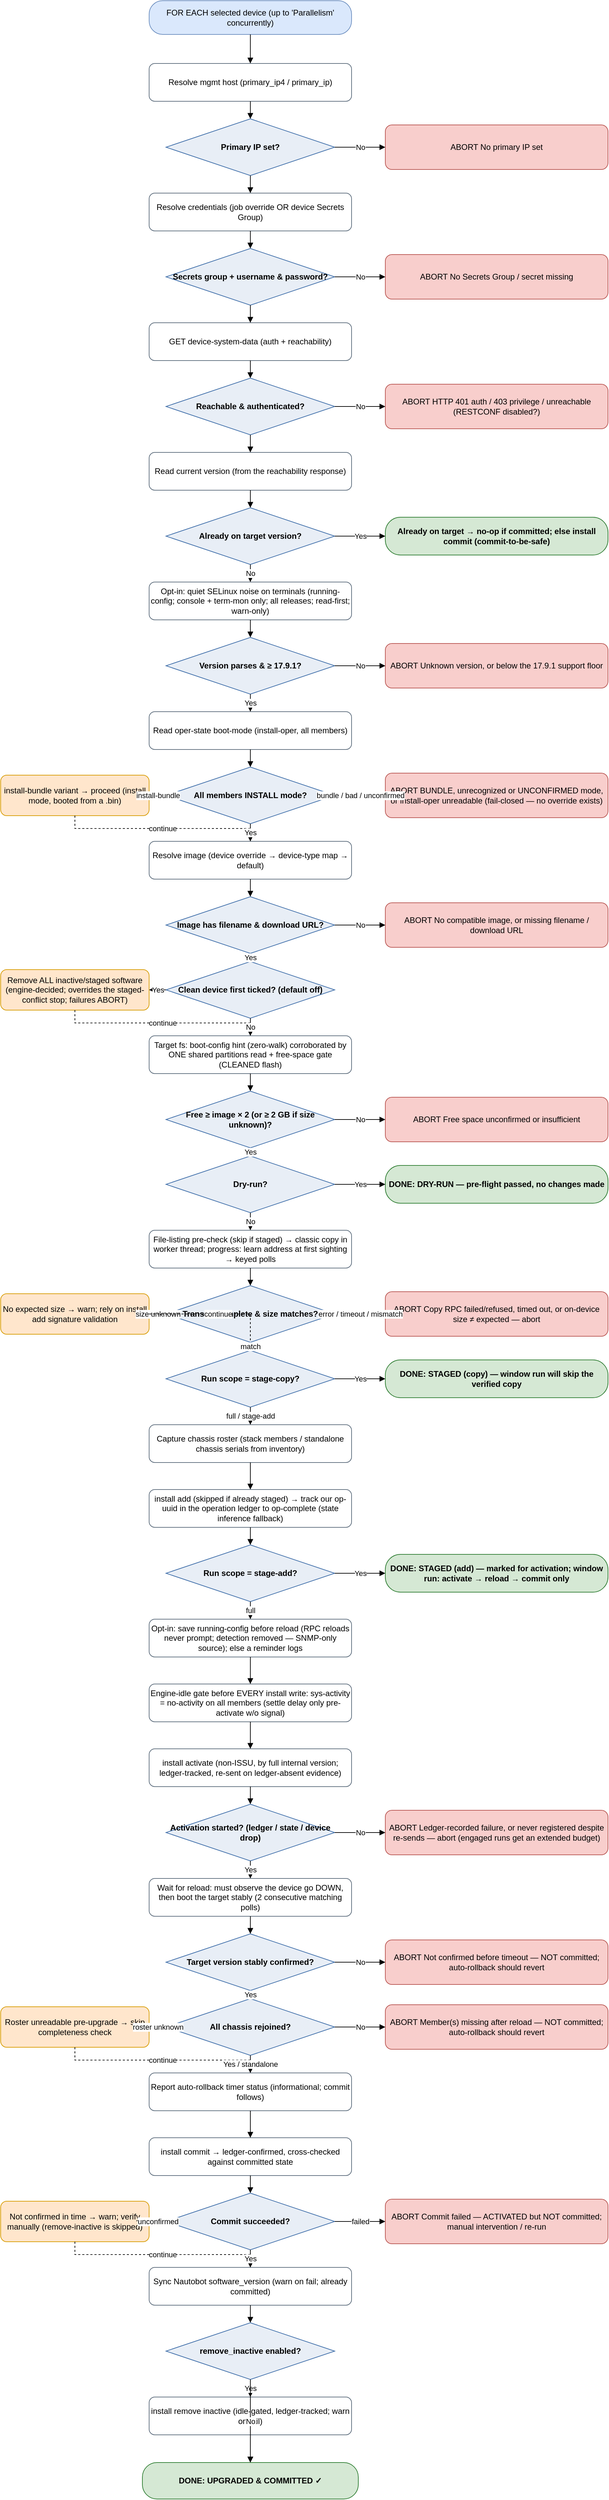
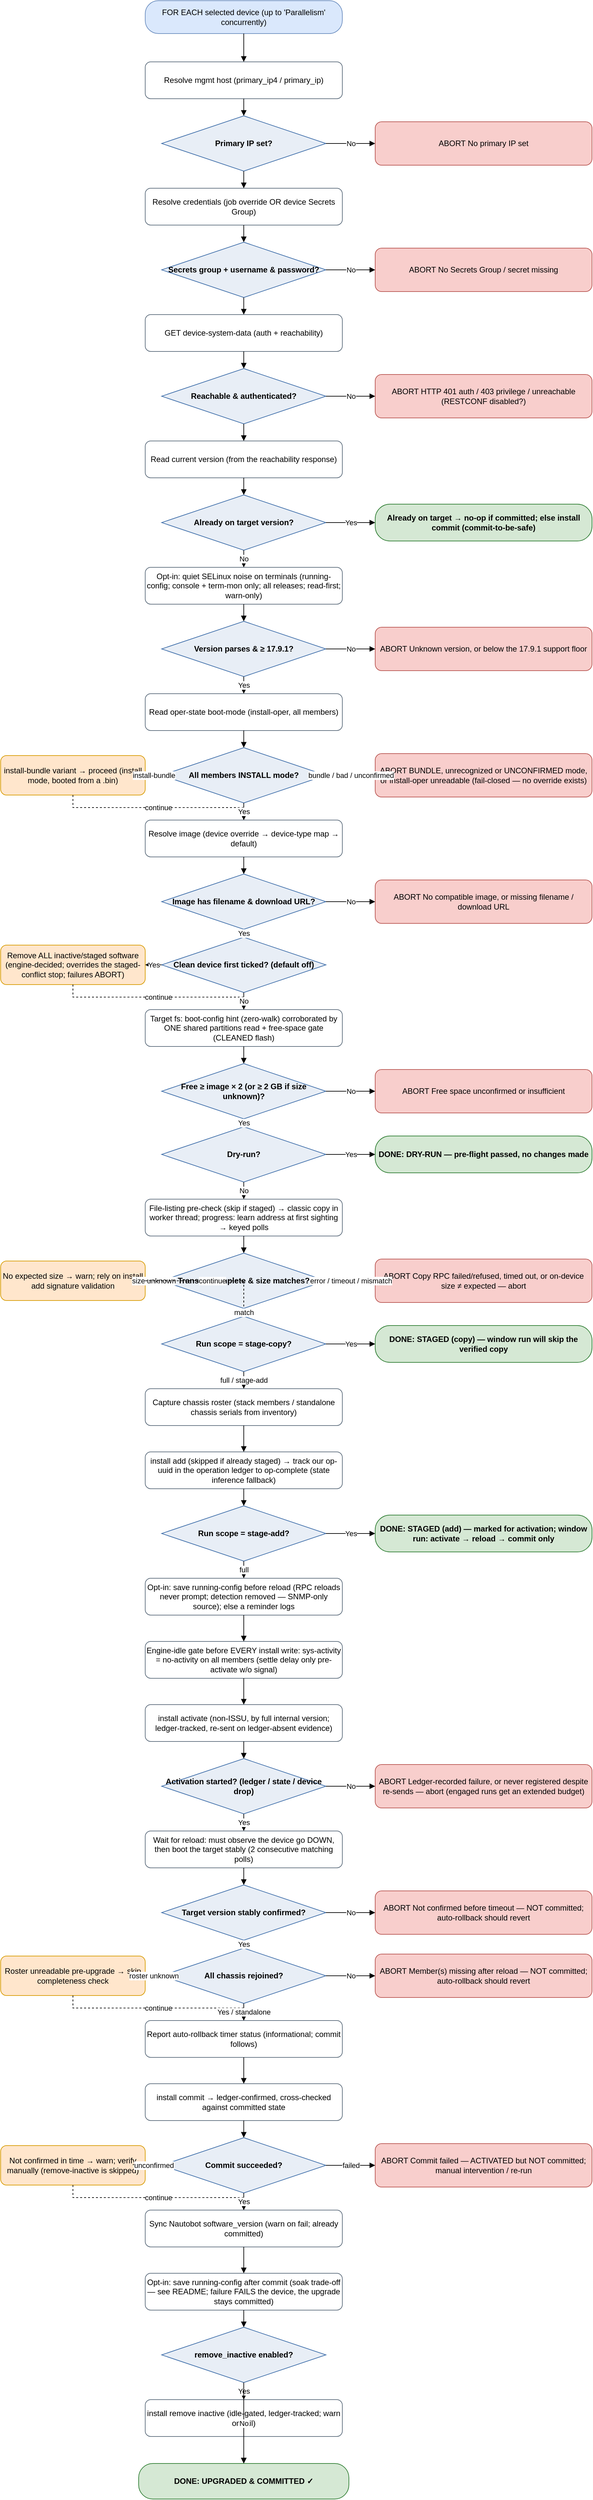
<mxfile host="app.diagrams.net" type="device">
  <diagram name="IOS-XE upgrade flow" id="iosxe-upgrade-flow">
    <mxGraphModel dx="1000" dy="2000" grid="1" gridSize="10" guides="1" tooltips="1"
        connect="1" arrows="1" fold="1" page="1" pageScale="1" math="0" shadow="0">
      <root>
        <mxCell id="0"/>
        <mxCell id="1" parent="0"/>
        <mxCell id="start" value="FOR EACH selected device&amp;#10;(up to &#x27;Parallelism&#x27; concurrently)" style="rounded=1;arcSize=40;whiteSpace=wrap;html=1;fillColor=#DAE8FC;strokeColor=#6C8EBF;" vertex="1" parent="1"><mxGeometry x="250" y="31" width="300" height="50" as="geometry"/></mxCell>
        <mxCell id="host" value="Resolve mgmt host&amp;#10;(primary_ip4 / primary_ip)" style="rounded=1;whiteSpace=wrap;html=1;fillColor=#FFFFFF;strokeColor=#5B6B7B;" vertex="1" parent="1"><mxGeometry x="250" y="124" width="300" height="56" as="geometry"/></mxCell>
        <mxCell id="d_ip" value="Primary IP set?" style="rhombus;whiteSpace=wrap;html=1;fillColor=#E8EEF6;strokeColor=#3C6CA8;fontStyle=1;" vertex="1" parent="1"><mxGeometry x="275" y="206" width="250" height="84" as="geometry"/></mxCell>
        <mxCell id="cred" value="Resolve credentials&amp;#10;(job override OR device Secrets Group)" style="rounded=1;whiteSpace=wrap;html=1;fillColor=#FFFFFF;strokeColor=#5B6B7B;" vertex="1" parent="1"><mxGeometry x="250" y="316" width="300" height="56" as="geometry"/></mxCell>
        <mxCell id="d_cred" value="Secrets group +&amp;#10;username &amp; password?" style="rhombus;whiteSpace=wrap;html=1;fillColor=#E8EEF6;strokeColor=#3C6CA8;fontStyle=1;" vertex="1" parent="1"><mxGeometry x="275" y="398" width="250" height="84" as="geometry"/></mxCell>
        <mxCell id="reach" value="GET device-system-data&amp;#10;(auth + reachability)" style="rounded=1;whiteSpace=wrap;html=1;fillColor=#FFFFFF;strokeColor=#5B6B7B;" vertex="1" parent="1"><mxGeometry x="250" y="508" width="300" height="56" as="geometry"/></mxCell>
        <mxCell id="d_reach" value="Reachable &amp;&amp;#10;authenticated?" style="rhombus;whiteSpace=wrap;html=1;fillColor=#E8EEF6;strokeColor=#3C6CA8;fontStyle=1;" vertex="1" parent="1"><mxGeometry x="275" y="590" width="250" height="84" as="geometry"/></mxCell>
        <mxCell id="curr" value="Read current version&amp;#10;(from the reachability response)" style="rounded=1;whiteSpace=wrap;html=1;fillColor=#FFFFFF;strokeColor=#5B6B7B;" vertex="1" parent="1"><mxGeometry x="250" y="700" width="300" height="56" as="geometry"/></mxCell>
        <mxCell id="d_target" value="Already on&amp;#10;target version?" style="rhombus;whiteSpace=wrap;html=1;fillColor=#E8EEF6;strokeColor=#3C6CA8;fontStyle=1;" vertex="1" parent="1"><mxGeometry x="275" y="782" width="250" height="84" as="geometry"/></mxCell>
        <mxCell id="avcsup" value="Opt-in: quiet SELinux noise on terminals&amp;#10;(running-config; console + term-mon only;&amp;#10;all releases; read-first; warn-only)" style="rounded=1;whiteSpace=wrap;html=1;fillColor=#FFFFFF;strokeColor=#5B6B7B;" vertex="1" parent="1"><mxGeometry x="250" y="892" width="300" height="56" as="geometry"/></mxCell>
        <mxCell id="d_floor" value="Version parses&amp;#10;&amp; ≥ 17.9.1?" style="rhombus;whiteSpace=wrap;html=1;fillColor=#E8EEF6;strokeColor=#3C6CA8;fontStyle=1;" vertex="1" parent="1"><mxGeometry x="275" y="974" width="250" height="84" as="geometry"/></mxCell>
        <mxCell id="mode" value="Read oper-state boot-mode&amp;#10;(install-oper, all members)" style="rounded=1;whiteSpace=wrap;html=1;fillColor=#FFFFFF;strokeColor=#5B6B7B;" vertex="1" parent="1"><mxGeometry x="250" y="1084" width="300" height="56" as="geometry"/></mxCell>
        <mxCell id="d_mode" value="All members&amp;#10;INSTALL mode?" style="rhombus;whiteSpace=wrap;html=1;fillColor=#E8EEF6;strokeColor=#3C6CA8;fontStyle=1;" vertex="1" parent="1"><mxGeometry x="275" y="1166" width="250" height="84" as="geometry"/></mxCell>
        <mxCell id="img" value="Resolve image (device override →&amp;#10;device-type map → default)" style="rounded=1;whiteSpace=wrap;html=1;fillColor=#FFFFFF;strokeColor=#5B6B7B;" vertex="1" parent="1"><mxGeometry x="250" y="1276" width="300" height="56" as="geometry"/></mxCell>
        <mxCell id="d_img" value="Image has filename&amp;#10;&amp; download URL?" style="rhombus;whiteSpace=wrap;html=1;fillColor=#E8EEF6;strokeColor=#3C6CA8;fontStyle=1;" vertex="1" parent="1"><mxGeometry x="275" y="1358" width="250" height="84" as="geometry"/></mxCell>
        <mxCell id="d_clean" value="Clean device first&amp;#10;ticked? (default off)" style="rhombus;whiteSpace=wrap;html=1;fillColor=#E8EEF6;strokeColor=#3C6CA8;fontStyle=1;" vertex="1" parent="1"><mxGeometry x="275" y="1454" width="250" height="84" as="geometry"/></mxCell>
        <mxCell id="space" value="Target fs: boot-config hint (zero-walk)&amp;#10;corroborated by ONE shared partitions read&amp;#10;+ free-space gate (CLEANED flash)" style="rounded=1;whiteSpace=wrap;html=1;fillColor=#FFFFFF;strokeColor=#5B6B7B;" vertex="1" parent="1"><mxGeometry x="250" y="1564" width="300" height="56" as="geometry"/></mxCell>
        <mxCell id="d_space" value="Free ≥ image × 2&amp;#10;(or ≥ 2 GB if size unknown)?" style="rhombus;whiteSpace=wrap;html=1;fillColor=#E8EEF6;strokeColor=#3C6CA8;fontStyle=1;" vertex="1" parent="1"><mxGeometry x="275" y="1646" width="250" height="84" as="geometry"/></mxCell>
        <mxCell id="d_dry" value="Dry-run?" style="rhombus;whiteSpace=wrap;html=1;fillColor=#E8EEF6;strokeColor=#3C6CA8;fontStyle=1;" vertex="1" parent="1"><mxGeometry x="275" y="1742" width="250" height="84" as="geometry"/></mxCell>
        <mxCell id="copy" value="File-listing pre-check (skip if staged) →&amp;#10;classic copy in worker thread; progress:&amp;#10;learn address at first sighting → keyed polls" style="rounded=1;whiteSpace=wrap;html=1;fillColor=#FFFFFF;strokeColor=#5B6B7B;" vertex="1" parent="1"><mxGeometry x="250" y="1852" width="300" height="56" as="geometry"/></mxCell>
        <mxCell id="d_size" value="Transfer complete&amp;#10;&amp; size matches?" style="rhombus;whiteSpace=wrap;html=1;fillColor=#E8EEF6;strokeColor=#3C6CA8;fontStyle=1;" vertex="1" parent="1"><mxGeometry x="275" y="1934" width="250" height="84" as="geometry"/></mxCell>
        <mxCell id="d_stagecopy" value="Run scope =&amp;#10;stage-copy?" style="rhombus;whiteSpace=wrap;html=1;fillColor=#E8EEF6;strokeColor=#3C6CA8;fontStyle=1;" vertex="1" parent="1"><mxGeometry x="275" y="2030" width="250" height="84" as="geometry"/></mxCell>
        <mxCell id="roster" value="Capture chassis roster (stack members /&amp;#10;standalone chassis serials from inventory)" style="rounded=1;whiteSpace=wrap;html=1;fillColor=#FFFFFF;strokeColor=#5B6B7B;" vertex="1" parent="1"><mxGeometry x="250" y="2140" width="300" height="56" as="geometry"/></mxCell>
        <mxCell id="add" value="install add (skipped if already staged) →&amp;#10;track our op-uuid in the operation ledger&amp;#10;to op-complete (state inference fallback)" style="rounded=1;whiteSpace=wrap;html=1;fillColor=#FFFFFF;strokeColor=#5B6B7B;" vertex="1" parent="1"><mxGeometry x="250" y="2236" width="300" height="56" as="geometry"/></mxCell>
        <mxCell id="d_stageadd" value="Run scope =&amp;#10;stage-add?" style="rhombus;whiteSpace=wrap;html=1;fillColor=#E8EEF6;strokeColor=#3C6CA8;fontStyle=1;" vertex="1" parent="1"><mxGeometry x="275" y="2318" width="250" height="84" as="geometry"/></mxCell>
        <mxCell id="cfgsync" value="Opt-in: save running-config before reload&amp;#10;(RPC reloads never prompt; detection removed&amp;#10;— SNMP-only source); else a reminder logs" style="rounded=1;whiteSpace=wrap;html=1;fillColor=#FFFFFF;strokeColor=#5B6B7B;" vertex="1" parent="1"><mxGeometry x="250" y="2428" width="300" height="56" as="geometry"/></mxCell>
        <mxCell id="idle" value="Engine-idle gate before EVERY install write:&amp;#10;sys-activity = no-activity on all members&amp;#10;(settle delay only pre-activate w/o signal)" style="rounded=1;whiteSpace=wrap;html=1;fillColor=#FFFFFF;strokeColor=#5B6B7B;" vertex="1" parent="1"><mxGeometry x="250" y="2524" width="300" height="56" as="geometry"/></mxCell>
        <mxCell id="act" value="install activate (non-ISSU, by full internal&amp;#10;version; ledger-tracked,&amp;#10;re-sent on ledger-absent evidence)" style="rounded=1;whiteSpace=wrap;html=1;fillColor=#FFFFFF;strokeColor=#5B6B7B;" vertex="1" parent="1"><mxGeometry x="250" y="2620" width="300" height="56" as="geometry"/></mxCell>
        <mxCell id="d_act" value="Activation started?&amp;#10;(ledger / state / device drop)" style="rhombus;whiteSpace=wrap;html=1;fillColor=#E8EEF6;strokeColor=#3C6CA8;fontStyle=1;" vertex="1" parent="1"><mxGeometry x="275" y="2702" width="250" height="84" as="geometry"/></mxCell>
        <mxCell id="waitc" value="Wait for reload: must observe the device&amp;#10;go DOWN, then boot the target stably&amp;#10;(2 consecutive matching polls)" style="rounded=1;whiteSpace=wrap;html=1;fillColor=#FFFFFF;strokeColor=#5B6B7B;" vertex="1" parent="1"><mxGeometry x="250" y="2812" width="300" height="56" as="geometry"/></mxCell>
        <mxCell id="d_confirm" value="Target version&amp;#10;stably confirmed?" style="rhombus;whiteSpace=wrap;html=1;fillColor=#E8EEF6;strokeColor=#3C6CA8;fontStyle=1;" vertex="1" parent="1"><mxGeometry x="275" y="2894" width="250" height="84" as="geometry"/></mxCell>
        <mxCell id="d_members" value="All chassis&amp;#10;rejoined?" style="rhombus;whiteSpace=wrap;html=1;fillColor=#E8EEF6;strokeColor=#3C6CA8;fontStyle=1;" vertex="1" parent="1"><mxGeometry x="275" y="2990" width="250" height="84" as="geometry"/></mxCell>
        <mxCell id="rollbackchk" value="Report auto-rollback timer status&amp;#10;(informational; commit follows)" style="rounded=1;whiteSpace=wrap;html=1;fillColor=#FFFFFF;strokeColor=#5B6B7B;" vertex="1" parent="1"><mxGeometry x="250" y="3100" width="300" height="56" as="geometry"/></mxCell>
        <mxCell id="commit" value="install commit → ledger-confirmed,&amp;#10;cross-checked against committed state" style="rounded=1;whiteSpace=wrap;html=1;fillColor=#FFFFFF;strokeColor=#5B6B7B;" vertex="1" parent="1"><mxGeometry x="250" y="3196" width="300" height="56" as="geometry"/></mxCell>
        <mxCell id="d_commit" value="Commit&amp;#10;succeeded?" style="rhombus;whiteSpace=wrap;html=1;fillColor=#E8EEF6;strokeColor=#3C6CA8;fontStyle=1;" vertex="1" parent="1"><mxGeometry x="275" y="3278" width="250" height="84" as="geometry"/></mxCell>
        <mxCell id="sync" value="Sync Nautobot software_version&amp;#10;(warn on fail; already committed)" style="rounded=1;whiteSpace=wrap;html=1;fillColor=#FFFFFF;strokeColor=#5B6B7B;" vertex="1" parent="1"><mxGeometry x="250" y="3388" width="300" height="56" as="geometry"/></mxCell>
-         <mxCell id="d_remove" value="remove_inactive&amp;#10;enabled?" style="rhombus;whiteSpace=wrap;html=1;fillColor=#E8EEF6;strokeColor=#3C6CA8;fontStyle=1;" vertex="1" parent="1"><mxGeometry x="275" y="3470" width="250" height="84" as="geometry"/></mxCell>
-         <mxCell id="remove" value="install remove inactive (idle-gated,&amp;#10;ledger-tracked; warn on fail)" style="rounded=1;whiteSpace=wrap;html=1;fillColor=#FFFFFF;strokeColor=#5B6B7B;" vertex="1" parent="1"><mxGeometry x="250" y="3580" width="300" height="56" as="geometry"/></mxCell>
-         <mxCell id="ok" value="DONE: UPGRADED &amp; COMMITTED ✓" style="rounded=1;arcSize=40;whiteSpace=wrap;html=1;fillColor=#D5E8D4;strokeColor=#2E7D32;fontStyle=1;" vertex="1" parent="1"><mxGeometry x="240" y="3677" width="320" height="54" as="geometry"/></mxCell>
+         <mxCell id="saveafter" value="Opt-in: save running-config after commit&amp;#10;(soak trade-off — see README; failure FAILS&amp;#10;the device, the upgrade stays committed)" style="rounded=1;whiteSpace=wrap;html=1;fillColor=#FFFFFF;strokeColor=#5B6B7B;" vertex="1" parent="1"><mxGeometry x="250" y="3484" width="300" height="56" as="geometry"/></mxCell>
+         <mxCell id="d_remove" value="remove_inactive&amp;#10;enabled?" style="rhombus;whiteSpace=wrap;html=1;fillColor=#E8EEF6;strokeColor=#3C6CA8;fontStyle=1;" vertex="1" parent="1"><mxGeometry x="275" y="3566" width="250" height="84" as="geometry"/></mxCell>
+         <mxCell id="remove" value="install remove inactive (idle-gated,&amp;#10;ledger-tracked; warn on fail)" style="rounded=1;whiteSpace=wrap;html=1;fillColor=#FFFFFF;strokeColor=#5B6B7B;" vertex="1" parent="1"><mxGeometry x="250" y="3676" width="300" height="56" as="geometry"/></mxCell>
+         <mxCell id="ok" value="DONE: UPGRADED &amp; COMMITTED ✓" style="rounded=1;arcSize=40;whiteSpace=wrap;html=1;fillColor=#D5E8D4;strokeColor=#2E7D32;fontStyle=1;" vertex="1" parent="1"><mxGeometry x="240" y="3773" width="320" height="54" as="geometry"/></mxCell>
        <mxCell id="d_ip_abort" value="ABORT&amp;#10;No primary IP set" style="rounded=1;whiteSpace=wrap;html=1;fillColor=#F8CECC;strokeColor=#B85450;" vertex="1" parent="1"><mxGeometry x="600" y="215" width="330" height="66" as="geometry"/></mxCell>
        <mxCell id="d_cred_abort" value="ABORT&amp;#10;No Secrets Group / secret missing" style="rounded=1;whiteSpace=wrap;html=1;fillColor=#F8CECC;strokeColor=#B85450;" vertex="1" parent="1"><mxGeometry x="600" y="407" width="330" height="66" as="geometry"/></mxCell>
        <mxCell id="d_reach_abort" value="ABORT&amp;#10;HTTP 401 auth / 403 privilege /&amp;#10;unreachable (RESTCONF disabled?)" style="rounded=1;whiteSpace=wrap;html=1;fillColor=#F8CECC;strokeColor=#B85450;" vertex="1" parent="1"><mxGeometry x="600" y="599" width="330" height="66" as="geometry"/></mxCell>
        <mxCell id="d_target_ok" value="Already on target → no-op if committed;&amp;#10;else install commit (commit-to-be-safe)" style="rounded=1;arcSize=40;whiteSpace=wrap;html=1;fillColor=#D5E8D4;strokeColor=#2E7D32;fontStyle=1;" vertex="1" parent="1"><mxGeometry x="600" y="796" width="330" height="56" as="geometry"/></mxCell>
        <mxCell id="d_floor_abort" value="ABORT&amp;#10;Unknown version, or below the&amp;#10;17.9.1 support floor" style="rounded=1;whiteSpace=wrap;html=1;fillColor=#F8CECC;strokeColor=#B85450;" vertex="1" parent="1"><mxGeometry x="600" y="983" width="330" height="66" as="geometry"/></mxCell>
        <mxCell id="d_mode_abort" value="ABORT&amp;#10;BUNDLE, unrecognized or UNCONFIRMED&amp;#10;mode, or install-oper unreadable&amp;#10;(fail-closed — no override exists)" style="rounded=1;whiteSpace=wrap;html=1;fillColor=#F8CECC;strokeColor=#B85450;" vertex="1" parent="1"><mxGeometry x="600" y="1175" width="330" height="66" as="geometry"/></mxCell>
        <mxCell id="d_mode_warn" value="install-bundle variant → proceed&amp;#10;(install mode, booted from a .bin)" style="rounded=1;whiteSpace=wrap;html=1;fillColor=#FFE6CC;strokeColor=#D79B00;" vertex="1" parent="1"><mxGeometry x="30" y="1178" width="220" height="60" as="geometry"/></mxCell>
        <mxCell id="d_img_abort" value="ABORT&amp;#10;No compatible image, or missing&amp;#10;filename / download URL" style="rounded=1;whiteSpace=wrap;html=1;fillColor=#F8CECC;strokeColor=#B85450;" vertex="1" parent="1"><mxGeometry x="600" y="1367" width="330" height="66" as="geometry"/></mxCell>
        <mxCell id="d_clean_warn" value="Remove ALL inactive/staged software&amp;#10;(engine-decided; overrides the staged-&amp;#10;conflict stop; failures ABORT)" style="rounded=1;whiteSpace=wrap;html=1;fillColor=#FFE6CC;strokeColor=#D79B00;" vertex="1" parent="1"><mxGeometry x="30" y="1466" width="220" height="60" as="geometry"/></mxCell>
        <mxCell id="d_space_abort" value="ABORT&amp;#10;Free space unconfirmed or&amp;#10;insufficient" style="rounded=1;whiteSpace=wrap;html=1;fillColor=#F8CECC;strokeColor=#B85450;" vertex="1" parent="1"><mxGeometry x="600" y="1655" width="330" height="66" as="geometry"/></mxCell>
        <mxCell id="d_dry_ok" value="DONE: DRY-RUN — pre-flight&amp;#10;passed, no changes made" style="rounded=1;arcSize=40;whiteSpace=wrap;html=1;fillColor=#D5E8D4;strokeColor=#2E7D32;fontStyle=1;" vertex="1" parent="1"><mxGeometry x="600" y="1756" width="330" height="56" as="geometry"/></mxCell>
        <mxCell id="d_size_abort" value="ABORT&amp;#10;Copy RPC failed/refused, timed out,&amp;#10;or on-device size ≠ expected — abort" style="rounded=1;whiteSpace=wrap;html=1;fillColor=#F8CECC;strokeColor=#B85450;" vertex="1" parent="1"><mxGeometry x="600" y="1943" width="330" height="66" as="geometry"/></mxCell>
        <mxCell id="d_size_warn" value="No expected size → warn; rely on&amp;#10;install add signature validation" style="rounded=1;whiteSpace=wrap;html=1;fillColor=#FFE6CC;strokeColor=#D79B00;" vertex="1" parent="1"><mxGeometry x="30" y="1946" width="220" height="60" as="geometry"/></mxCell>
        <mxCell id="d_stagecopy_ok" value="DONE: STAGED (copy) — window run&amp;#10;will skip the verified copy" style="rounded=1;arcSize=40;whiteSpace=wrap;html=1;fillColor=#D5E8D4;strokeColor=#2E7D32;fontStyle=1;" vertex="1" parent="1"><mxGeometry x="600" y="2044" width="330" height="56" as="geometry"/></mxCell>
        <mxCell id="d_stageadd_ok" value="DONE: STAGED (add) — marked for&amp;#10;activation; window run: activate →&amp;#10;reload → commit only" style="rounded=1;arcSize=40;whiteSpace=wrap;html=1;fillColor=#D5E8D4;strokeColor=#2E7D32;fontStyle=1;" vertex="1" parent="1"><mxGeometry x="600" y="2332" width="330" height="56" as="geometry"/></mxCell>
        <mxCell id="d_act_abort" value="ABORT&amp;#10;Ledger-recorded failure, or never&amp;#10;registered despite re-sends — abort&amp;#10;(engaged runs get an extended budget)" style="rounded=1;whiteSpace=wrap;html=1;fillColor=#F8CECC;strokeColor=#B85450;" vertex="1" parent="1"><mxGeometry x="600" y="2711" width="330" height="66" as="geometry"/></mxCell>
        <mxCell id="d_confirm_abort" value="ABORT&amp;#10;Not confirmed before timeout — NOT&amp;#10;committed; auto-rollback should revert" style="rounded=1;whiteSpace=wrap;html=1;fillColor=#F8CECC;strokeColor=#B85450;" vertex="1" parent="1"><mxGeometry x="600" y="2903" width="330" height="66" as="geometry"/></mxCell>
        <mxCell id="d_members_abort" value="ABORT&amp;#10;Member(s) missing after reload — NOT&amp;#10;committed; auto-rollback should revert" style="rounded=1;whiteSpace=wrap;html=1;fillColor=#F8CECC;strokeColor=#B85450;" vertex="1" parent="1"><mxGeometry x="600" y="2999" width="330" height="66" as="geometry"/></mxCell>
        <mxCell id="d_members_warn" value="Roster unreadable pre-upgrade →&amp;#10;skip completeness check" style="rounded=1;whiteSpace=wrap;html=1;fillColor=#FFE6CC;strokeColor=#D79B00;" vertex="1" parent="1"><mxGeometry x="30" y="3002" width="220" height="60" as="geometry"/></mxCell>
        <mxCell id="d_commit_abort" value="ABORT&amp;#10;Commit failed — ACTIVATED but NOT&amp;#10;committed; manual intervention / re-run" style="rounded=1;whiteSpace=wrap;html=1;fillColor=#F8CECC;strokeColor=#B85450;" vertex="1" parent="1"><mxGeometry x="600" y="3287" width="330" height="66" as="geometry"/></mxCell>
        <mxCell id="d_commit_warn" value="Not confirmed in time → warn;&amp;#10;verify manually (remove-inactive&amp;#10;is skipped)" style="rounded=1;whiteSpace=wrap;html=1;fillColor=#FFE6CC;strokeColor=#D79B00;" vertex="1" parent="1"><mxGeometry x="30" y="3290" width="220" height="60" as="geometry"/></mxCell>
        <mxCell id="e_d_ip_abort" value="No" style="edgeStyle=orthogonalEdgeStyle;rounded=0;html=1;endArrow=block;" edge="1" parent="1" source="d_ip" target="d_ip_abort"><mxGeometry relative="1" as="geometry"/></mxCell>
        <mxCell id="e_d_cred_abort" value="No" style="edgeStyle=orthogonalEdgeStyle;rounded=0;html=1;endArrow=block;" edge="1" parent="1" source="d_cred" target="d_cred_abort"><mxGeometry relative="1" as="geometry"/></mxCell>
        <mxCell id="e_d_reach_abort" value="No" style="edgeStyle=orthogonalEdgeStyle;rounded=0;html=1;endArrow=block;" edge="1" parent="1" source="d_reach" target="d_reach_abort"><mxGeometry relative="1" as="geometry"/></mxCell>
        <mxCell id="e_d_target_ok" value="Yes" style="edgeStyle=orthogonalEdgeStyle;rounded=0;html=1;endArrow=block;" edge="1" parent="1" source="d_target" target="d_target_ok"><mxGeometry relative="1" as="geometry"/></mxCell>
        <mxCell id="e_d_floor_abort" value="No" style="edgeStyle=orthogonalEdgeStyle;rounded=0;html=1;endArrow=block;" edge="1" parent="1" source="d_floor" target="d_floor_abort"><mxGeometry relative="1" as="geometry"/></mxCell>
        <mxCell id="e_d_mode_abort" value="bundle / bad /
unconfirmed" style="edgeStyle=orthogonalEdgeStyle;rounded=0;html=1;endArrow=block;" edge="1" parent="1" source="d_mode" target="d_mode_abort"><mxGeometry relative="1" as="geometry"/></mxCell>
        <mxCell id="e_d_mode_warn" value="install-bundle" style="edgeStyle=orthogonalEdgeStyle;rounded=0;html=1;endArrow=block;" edge="1" parent="1" source="d_mode" target="d_mode_warn"><mxGeometry relative="1" as="geometry"/></mxCell>
        <mxCell id="e_d_mode_warn_join" value="continue" style="edgeStyle=orthogonalEdgeStyle;rounded=0;html=1;endArrow=block;dashed=1;" edge="1" parent="1" source="d_mode_warn" target="img"><mxGeometry relative="1" as="geometry"/></mxCell>
        <mxCell id="e_d_img_abort" value="No" style="edgeStyle=orthogonalEdgeStyle;rounded=0;html=1;endArrow=block;" edge="1" parent="1" source="d_img" target="d_img_abort"><mxGeometry relative="1" as="geometry"/></mxCell>
        <mxCell id="e_d_clean_warn" value="Yes" style="edgeStyle=orthogonalEdgeStyle;rounded=0;html=1;endArrow=block;" edge="1" parent="1" source="d_clean" target="d_clean_warn"><mxGeometry relative="1" as="geometry"/></mxCell>
        <mxCell id="e_d_clean_warn_join" value="continue" style="edgeStyle=orthogonalEdgeStyle;rounded=0;html=1;endArrow=block;dashed=1;" edge="1" parent="1" source="d_clean_warn" target="space"><mxGeometry relative="1" as="geometry"/></mxCell>
        <mxCell id="e_d_space_abort" value="No" style="edgeStyle=orthogonalEdgeStyle;rounded=0;html=1;endArrow=block;" edge="1" parent="1" source="d_space" target="d_space_abort"><mxGeometry relative="1" as="geometry"/></mxCell>
        <mxCell id="e_d_dry_ok" value="Yes" style="edgeStyle=orthogonalEdgeStyle;rounded=0;html=1;endArrow=block;" edge="1" parent="1" source="d_dry" target="d_dry_ok"><mxGeometry relative="1" as="geometry"/></mxCell>
        <mxCell id="e_d_size_abort" value="error / timeout /
mismatch" style="edgeStyle=orthogonalEdgeStyle;rounded=0;html=1;endArrow=block;" edge="1" parent="1" source="d_size" target="d_size_abort"><mxGeometry relative="1" as="geometry"/></mxCell>
        <mxCell id="e_d_size_warn" value="size unknown" style="edgeStyle=orthogonalEdgeStyle;rounded=0;html=1;endArrow=block;" edge="1" parent="1" source="d_size" target="d_size_warn"><mxGeometry relative="1" as="geometry"/></mxCell>
        <mxCell id="e_d_size_warn_join" value="continue" style="edgeStyle=orthogonalEdgeStyle;rounded=0;html=1;endArrow=block;dashed=1;" edge="1" parent="1" source="d_size_warn" target="d_stagecopy"><mxGeometry relative="1" as="geometry"/></mxCell>
        <mxCell id="e_d_stagecopy_ok" value="Yes" style="edgeStyle=orthogonalEdgeStyle;rounded=0;html=1;endArrow=block;" edge="1" parent="1" source="d_stagecopy" target="d_stagecopy_ok"><mxGeometry relative="1" as="geometry"/></mxCell>
        <mxCell id="e_d_stageadd_ok" value="Yes" style="edgeStyle=orthogonalEdgeStyle;rounded=0;html=1;endArrow=block;" edge="1" parent="1" source="d_stageadd" target="d_stageadd_ok"><mxGeometry relative="1" as="geometry"/></mxCell>
        <mxCell id="e_d_act_abort" value="No" style="edgeStyle=orthogonalEdgeStyle;rounded=0;html=1;endArrow=block;" edge="1" parent="1" source="d_act" target="d_act_abort"><mxGeometry relative="1" as="geometry"/></mxCell>
        <mxCell id="e_d_confirm_abort" value="No" style="edgeStyle=orthogonalEdgeStyle;rounded=0;html=1;endArrow=block;" edge="1" parent="1" source="d_confirm" target="d_confirm_abort"><mxGeometry relative="1" as="geometry"/></mxCell>
        <mxCell id="e_d_members_abort" value="No" style="edgeStyle=orthogonalEdgeStyle;rounded=0;html=1;endArrow=block;" edge="1" parent="1" source="d_members" target="d_members_abort"><mxGeometry relative="1" as="geometry"/></mxCell>
        <mxCell id="e_d_members_warn" value="roster unknown" style="edgeStyle=orthogonalEdgeStyle;rounded=0;html=1;endArrow=block;" edge="1" parent="1" source="d_members" target="d_members_warn"><mxGeometry relative="1" as="geometry"/></mxCell>
        <mxCell id="e_d_members_warn_join" value="continue" style="edgeStyle=orthogonalEdgeStyle;rounded=0;html=1;endArrow=block;dashed=1;" edge="1" parent="1" source="d_members_warn" target="rollbackchk"><mxGeometry relative="1" as="geometry"/></mxCell>
        <mxCell id="e_d_commit_abort" value="failed" style="edgeStyle=orthogonalEdgeStyle;rounded=0;html=1;endArrow=block;" edge="1" parent="1" source="d_commit" target="d_commit_abort"><mxGeometry relative="1" as="geometry"/></mxCell>
        <mxCell id="e_d_commit_warn" value="unconfirmed" style="edgeStyle=orthogonalEdgeStyle;rounded=0;html=1;endArrow=block;" edge="1" parent="1" source="d_commit" target="d_commit_warn"><mxGeometry relative="1" as="geometry"/></mxCell>
        <mxCell id="e_d_commit_warn_join" value="continue" style="edgeStyle=orthogonalEdgeStyle;rounded=0;html=1;endArrow=block;dashed=1;" edge="1" parent="1" source="d_commit_warn" target="sync"><mxGeometry relative="1" as="geometry"/></mxCell>
        <mxCell id="e_start_host" value="" style="edgeStyle=orthogonalEdgeStyle;rounded=0;html=1;endArrow=block;" edge="1" parent="1" source="start" target="host"><mxGeometry relative="1" as="geometry"/></mxCell>
        <mxCell id="e_host_d_ip" value="" style="edgeStyle=orthogonalEdgeStyle;rounded=0;html=1;endArrow=block;" edge="1" parent="1" source="host" target="d_ip"><mxGeometry relative="1" as="geometry"/></mxCell>
        <mxCell id="e_d_ip_cred" value="" style="edgeStyle=orthogonalEdgeStyle;rounded=0;html=1;endArrow=block;" edge="1" parent="1" source="d_ip" target="cred"><mxGeometry relative="1" as="geometry"/></mxCell>
        <mxCell id="e_cred_d_cred" value="" style="edgeStyle=orthogonalEdgeStyle;rounded=0;html=1;endArrow=block;" edge="1" parent="1" source="cred" target="d_cred"><mxGeometry relative="1" as="geometry"/></mxCell>
        <mxCell id="e_d_cred_reach" value="" style="edgeStyle=orthogonalEdgeStyle;rounded=0;html=1;endArrow=block;" edge="1" parent="1" source="d_cred" target="reach"><mxGeometry relative="1" as="geometry"/></mxCell>
        <mxCell id="e_reach_d_reach" value="" style="edgeStyle=orthogonalEdgeStyle;rounded=0;html=1;endArrow=block;" edge="1" parent="1" source="reach" target="d_reach"><mxGeometry relative="1" as="geometry"/></mxCell>
        <mxCell id="e_d_reach_curr" value="" style="edgeStyle=orthogonalEdgeStyle;rounded=0;html=1;endArrow=block;" edge="1" parent="1" source="d_reach" target="curr"><mxGeometry relative="1" as="geometry"/></mxCell>
        <mxCell id="e_curr_d_target" value="" style="edgeStyle=orthogonalEdgeStyle;rounded=0;html=1;endArrow=block;" edge="1" parent="1" source="curr" target="d_target"><mxGeometry relative="1" as="geometry"/></mxCell>
        <mxCell id="e_d_target_avcsup" value="No" style="edgeStyle=orthogonalEdgeStyle;rounded=0;html=1;endArrow=block;" edge="1" parent="1" source="d_target" target="avcsup"><mxGeometry relative="1" as="geometry"/></mxCell>
        <mxCell id="e_avcsup_d_floor" value="" style="edgeStyle=orthogonalEdgeStyle;rounded=0;html=1;endArrow=block;" edge="1" parent="1" source="avcsup" target="d_floor"><mxGeometry relative="1" as="geometry"/></mxCell>
        <mxCell id="e_d_floor_mode" value="Yes" style="edgeStyle=orthogonalEdgeStyle;rounded=0;html=1;endArrow=block;" edge="1" parent="1" source="d_floor" target="mode"><mxGeometry relative="1" as="geometry"/></mxCell>
        <mxCell id="e_mode_d_mode" value="" style="edgeStyle=orthogonalEdgeStyle;rounded=0;html=1;endArrow=block;" edge="1" parent="1" source="mode" target="d_mode"><mxGeometry relative="1" as="geometry"/></mxCell>
        <mxCell id="e_d_mode_img" value="Yes" style="edgeStyle=orthogonalEdgeStyle;rounded=0;html=1;endArrow=block;" edge="1" parent="1" source="d_mode" target="img"><mxGeometry relative="1" as="geometry"/></mxCell>
        <mxCell id="e_img_d_img" value="" style="edgeStyle=orthogonalEdgeStyle;rounded=0;html=1;endArrow=block;" edge="1" parent="1" source="img" target="d_img"><mxGeometry relative="1" as="geometry"/></mxCell>
        <mxCell id="e_d_img_d_clean" value="Yes" style="edgeStyle=orthogonalEdgeStyle;rounded=0;html=1;endArrow=block;" edge="1" parent="1" source="d_img" target="d_clean"><mxGeometry relative="1" as="geometry"/></mxCell>
        <mxCell id="e_d_clean_space" value="No" style="edgeStyle=orthogonalEdgeStyle;rounded=0;html=1;endArrow=block;" edge="1" parent="1" source="d_clean" target="space"><mxGeometry relative="1" as="geometry"/></mxCell>
        <mxCell id="e_space_d_space" value="" style="edgeStyle=orthogonalEdgeStyle;rounded=0;html=1;endArrow=block;" edge="1" parent="1" source="space" target="d_space"><mxGeometry relative="1" as="geometry"/></mxCell>
        <mxCell id="e_d_space_d_dry" value="Yes" style="edgeStyle=orthogonalEdgeStyle;rounded=0;html=1;endArrow=block;" edge="1" parent="1" source="d_space" target="d_dry"><mxGeometry relative="1" as="geometry"/></mxCell>
        <mxCell id="e_d_dry_copy" value="No" style="edgeStyle=orthogonalEdgeStyle;rounded=0;html=1;endArrow=block;" edge="1" parent="1" source="d_dry" target="copy"><mxGeometry relative="1" as="geometry"/></mxCell>
        <mxCell id="e_copy_d_size" value="" style="edgeStyle=orthogonalEdgeStyle;rounded=0;html=1;endArrow=block;" edge="1" parent="1" source="copy" target="d_size"><mxGeometry relative="1" as="geometry"/></mxCell>
        <mxCell id="e_d_size_d_stagecopy" value="match" style="edgeStyle=orthogonalEdgeStyle;rounded=0;html=1;endArrow=block;" edge="1" parent="1" source="d_size" target="d_stagecopy"><mxGeometry relative="1" as="geometry"/></mxCell>
        <mxCell id="e_d_stagecopy_roster" value="full / stage-add" style="edgeStyle=orthogonalEdgeStyle;rounded=0;html=1;endArrow=block;" edge="1" parent="1" source="d_stagecopy" target="roster"><mxGeometry relative="1" as="geometry"/></mxCell>
        <mxCell id="e_roster_add" value="" style="edgeStyle=orthogonalEdgeStyle;rounded=0;html=1;endArrow=block;" edge="1" parent="1" source="roster" target="add"><mxGeometry relative="1" as="geometry"/></mxCell>
        <mxCell id="e_add_d_stageadd" value="" style="edgeStyle=orthogonalEdgeStyle;rounded=0;html=1;endArrow=block;" edge="1" parent="1" source="add" target="d_stageadd"><mxGeometry relative="1" as="geometry"/></mxCell>
        <mxCell id="e_d_stageadd_cfgsync" value="full" style="edgeStyle=orthogonalEdgeStyle;rounded=0;html=1;endArrow=block;" edge="1" parent="1" source="d_stageadd" target="cfgsync"><mxGeometry relative="1" as="geometry"/></mxCell>
        <mxCell id="e_cfgsync_idle" value="" style="edgeStyle=orthogonalEdgeStyle;rounded=0;html=1;endArrow=block;" edge="1" parent="1" source="cfgsync" target="idle"><mxGeometry relative="1" as="geometry"/></mxCell>
        <mxCell id="e_idle_act" value="" style="edgeStyle=orthogonalEdgeStyle;rounded=0;html=1;endArrow=block;" edge="1" parent="1" source="idle" target="act"><mxGeometry relative="1" as="geometry"/></mxCell>
        <mxCell id="e_act_d_act" value="" style="edgeStyle=orthogonalEdgeStyle;rounded=0;html=1;endArrow=block;" edge="1" parent="1" source="act" target="d_act"><mxGeometry relative="1" as="geometry"/></mxCell>
        <mxCell id="e_d_act_waitc" value="Yes" style="edgeStyle=orthogonalEdgeStyle;rounded=0;html=1;endArrow=block;" edge="1" parent="1" source="d_act" target="waitc"><mxGeometry relative="1" as="geometry"/></mxCell>
        <mxCell id="e_waitc_d_confirm" value="" style="edgeStyle=orthogonalEdgeStyle;rounded=0;html=1;endArrow=block;" edge="1" parent="1" source="waitc" target="d_confirm"><mxGeometry relative="1" as="geometry"/></mxCell>
        <mxCell id="e_d_confirm_d_members" value="Yes" style="edgeStyle=orthogonalEdgeStyle;rounded=0;html=1;endArrow=block;" edge="1" parent="1" source="d_confirm" target="d_members"><mxGeometry relative="1" as="geometry"/></mxCell>
        <mxCell id="e_d_members_rollbackchk" value="Yes / standalone" style="edgeStyle=orthogonalEdgeStyle;rounded=0;html=1;endArrow=block;" edge="1" parent="1" source="d_members" target="rollbackchk"><mxGeometry relative="1" as="geometry"/></mxCell>
        <mxCell id="e_rollbackchk_commit" value="" style="edgeStyle=orthogonalEdgeStyle;rounded=0;html=1;endArrow=block;" edge="1" parent="1" source="rollbackchk" target="commit"><mxGeometry relative="1" as="geometry"/></mxCell>
        <mxCell id="e_commit_d_commit" value="" style="edgeStyle=orthogonalEdgeStyle;rounded=0;html=1;endArrow=block;" edge="1" parent="1" source="commit" target="d_commit"><mxGeometry relative="1" as="geometry"/></mxCell>
        <mxCell id="e_d_commit_sync" value="Yes" style="edgeStyle=orthogonalEdgeStyle;rounded=0;html=1;endArrow=block;" edge="1" parent="1" source="d_commit" target="sync"><mxGeometry relative="1" as="geometry"/></mxCell>
-         <mxCell id="e_sync_d_remove" value="" style="edgeStyle=orthogonalEdgeStyle;rounded=0;html=1;endArrow=block;" edge="1" parent="1" source="sync" target="d_remove"><mxGeometry relative="1" as="geometry"/></mxCell>
+         <mxCell id="e_sync_saveafter" value="" style="edgeStyle=orthogonalEdgeStyle;rounded=0;html=1;endArrow=block;" edge="1" parent="1" source="sync" target="saveafter"><mxGeometry relative="1" as="geometry"/></mxCell>
+         <mxCell id="e_saveafter_d_remove" value="" style="edgeStyle=orthogonalEdgeStyle;rounded=0;html=1;endArrow=block;" edge="1" parent="1" source="saveafter" target="d_remove"><mxGeometry relative="1" as="geometry"/></mxCell>
        <mxCell id="e_remove_yes" value="Yes" style="edgeStyle=orthogonalEdgeStyle;rounded=0;html=1;endArrow=block;" edge="1" parent="1" source="d_remove" target="remove"><mxGeometry relative="1" as="geometry"/></mxCell>
        <mxCell id="e_remove_ok" value="" style="edgeStyle=orthogonalEdgeStyle;rounded=0;html=1;endArrow=block;" edge="1" parent="1" source="remove" target="ok"><mxGeometry relative="1" as="geometry"/></mxCell>
        <mxCell id="e_remove_no" value="No" style="edgeStyle=orthogonalEdgeStyle;rounded=0;html=1;endArrow=block;" edge="1" parent="1" source="d_remove" target="ok"><mxGeometry relative="1" as="geometry"/></mxCell>
      </root>
    </mxGraphModel>
  </diagram>
</mxfile>
